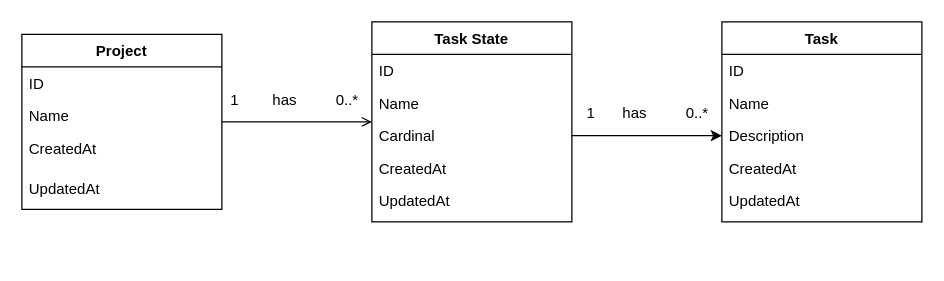
The draw.io diagram class-diagram.drawio in varaticalexandru/task-tracker-api, before the edit. Source tidied: cells renumbered, new cells numbered last; positions are measured from the earlier drawing's top-left corner, leaving out a move shared by most shapes. Both pictures are drawn from the tidied source at 125%, with x=0, y=0 at pixel (21, 21).
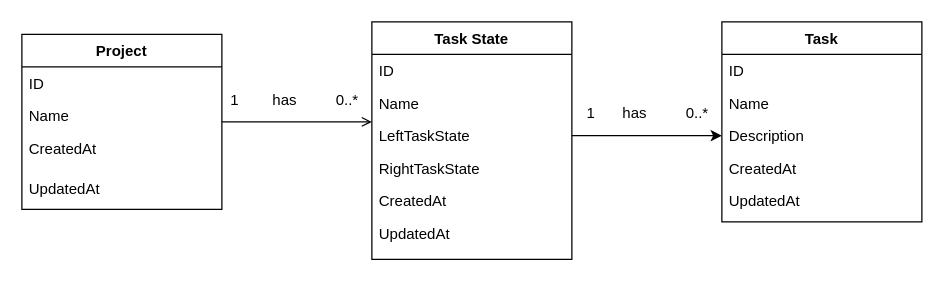
After the change.

Commit message (it also covers changes not shown here):
upd diagrams

Change to the diagram source:
```diff
@@
     <mxCell id="7" value="Task State" style="swimlane;fontStyle=1;align=center;verticalAlign=top;horizontal=1;startSize=26;rounded=0;shadow=0;strokeWidth=1;" parent="1" vertex="1">
-      <mxGeometry x="280" width="160" height="160" as="geometry" />
+      <mxGeometry x="280" width="160" height="190" as="geometry" />
     </mxCell>
@@
-    <mxCell id="10" value="Cardinal" style="text;align=left;verticalAlign=top;spacingLeft=4;spacingRight=4;overflow=hidden;points=[[0,0.5],[1,0.5]];portConstraint=eastwest;rounded=0;shadow=0;html=0;" parent="7" vertex="1">
+    <mxCell id="10" value="LeftTaskState" style="text;align=left;verticalAlign=top;spacingLeft=4;spacingRight=4;overflow=hidden;points=[[0,0.5],[1,0.5]];portConstraint=eastwest;rounded=0;shadow=0;html=0;" parent="7" vertex="1">
       <mxGeometry y="78" width="160" height="26" as="geometry" />
     </mxCell>
+    <mxCell id="27" value="RightTaskState" style="text;align=left;verticalAlign=top;spacingLeft=4;spacingRight=4;overflow=hidden;rounded=0;shadow=0;html=0;" parent="7" vertex="1">
+      <mxGeometry y="104" width="160" height="26" as="geometry" />
+    </mxCell>
     <mxCell id="11" value="CreatedAt" style="text;align=left;verticalAlign=top;spacingLeft=4;spacingRight=4;overflow=hidden;rounded=0;shadow=0;html=0;" parent="7" vertex="1">
-      <mxGeometry y="104" width="160" height="26" as="geometry" />
+      <mxGeometry y="130" width="160" height="26" as="geometry" />
     </mxCell>
     <mxCell id="12" value="UpdatedAt" style="text;align=left;verticalAlign=top;spacingLeft=4;spacingRight=4;overflow=hidden;rounded=0;shadow=0;html=0;" parent="7" vertex="1">
-      <mxGeometry y="130" width="160" height="26" as="geometry" />
+      <mxGeometry y="156" width="160" height="26" as="geometry" />
     </mxCell>
```
